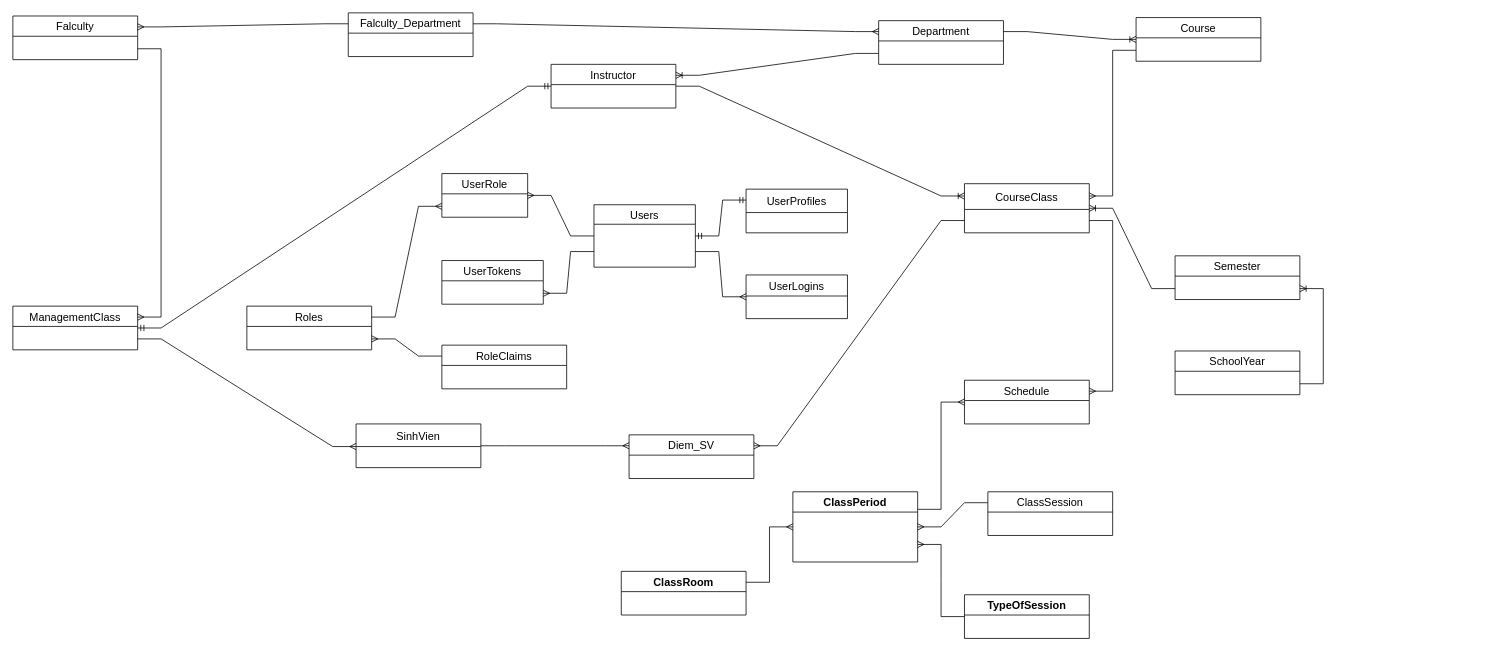
Earlier version of the draw.io diagram Assets/diagram.drawio (duyhelloworld/qlsinhvien-netcore). Source tidied: cells renumbered, new cells numbered last; positions are measured from the earlier drawing's top-left corner, leaving out a move shared by most shapes. Both pictures are drawn from the tidied source at 78%, with x=0, y=0 at pixel (12, 12).
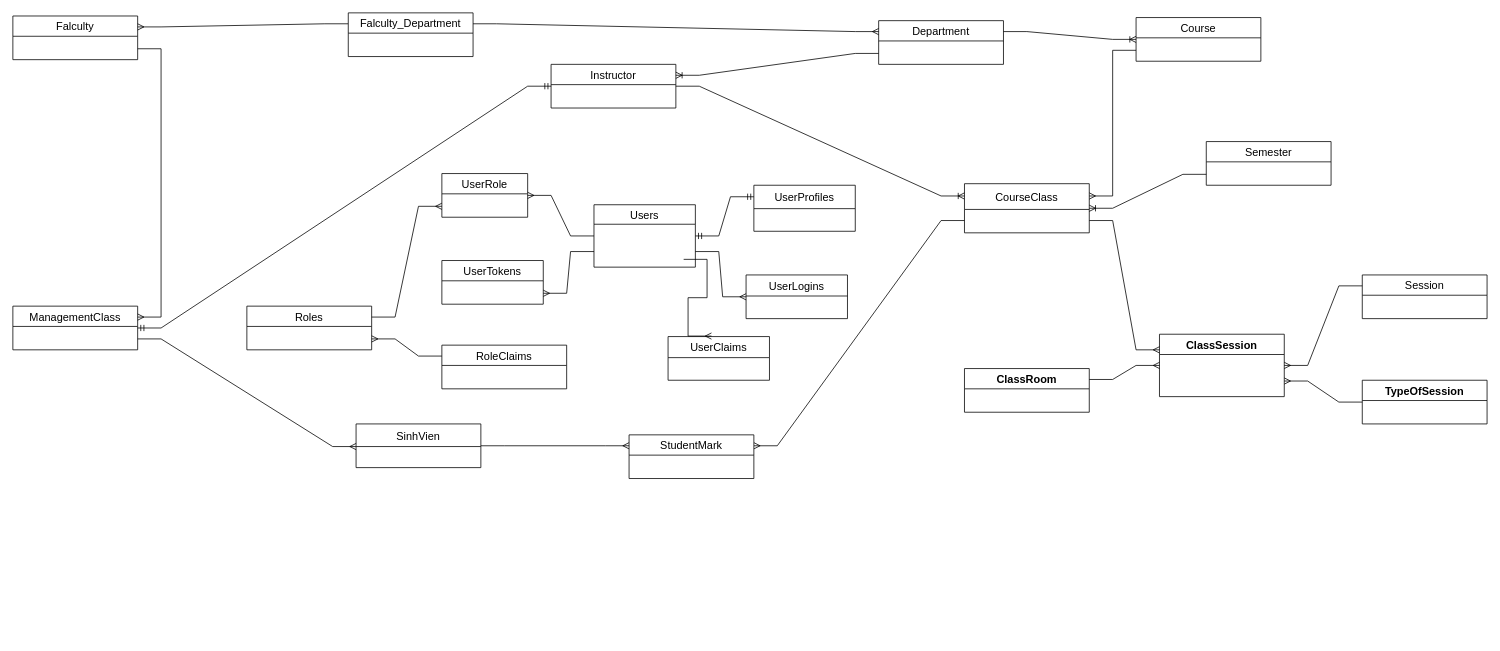
The same page after the edit.

Commit message:
Fix: chốt phát 1

The change refers to these unchanged cells:
```xml
<mxCell id="12" value="CourseClass" style="swimlane;fontStyle=0;horizontal=1;startSize=33;align=center;fontSize=14;" parent="1" vertex="1">
  <mxGeometry x="1220" y="219" width="160" height="63" as="geometry" />
</mxCell>
```

Diff of the diagram source:
```diff
@@
-    <mxCell id="10" value="Diem_SV" style="swimlane;fontStyle=0;horizontal=1;startSize=26;align=center;fontSize=14;" parent="1" vertex="1">
+    <mxCell id="10" value="StudentMark" style="swimlane;fontStyle=0;horizontal=1;startSize=26;align=center;fontSize=14;" parent="1" vertex="1">
       <mxGeometry x="790" y="541" width="160" height="56" as="geometry" />
     </mxCell>
@@
     <mxCell id="22" value="Semester" style="swimlane;fontStyle=0;horizontal=1;startSize=26;align=center;fontSize=14;" parent="1" vertex="1">
-      <mxGeometry x="1490" y="311.5" width="160" height="56" as="geometry" />
+      <mxGeometry x="1530" y="165" width="160" height="56" as="geometry" />
     </mxCell>
-    <mxCell id="23" value="ClassSession" style="swimlane;fontStyle=0;horizontal=1;startSize=26;align=center;fontSize=14;" parent="1" vertex="1">
-      <mxGeometry x="1250" y="614" width="160" height="56" as="geometry" />
+    <mxCell id="23" value="Session" style="swimlane;fontStyle=0;horizontal=1;startSize=26;align=center;fontSize=14;" parent="1" vertex="1">
+      <mxGeometry x="1730" y="336" width="160" height="56" as="geometry" />
     </mxCell>
-    <mxCell id="24" value="ClassPeriod" style="swimlane;fontStyle=1;horizontal=1;startSize=26;align=center;fontSize=14;" parent="1" vertex="1">
-      <mxGeometry x="1000" y="614" width="160" height="90" as="geometry" />
+    <mxCell id="24" value="ClassSession" style="swimlane;fontStyle=1;horizontal=1;startSize=26;align=center;fontSize=14;" parent="1" vertex="1">
+      <mxGeometry x="1470" y="412" width="160" height="80" as="geometry" />
     </mxCell>
-    <mxCell id="25" value="Schedule" style="swimlane;fontStyle=0;horizontal=1;startSize=26;align=center;fontSize=14;" parent="1" vertex="1">
-      <mxGeometry x="1220" y="471" width="160" height="56" as="geometry" />
-    </mxCell>
     <mxCell id="26" value="TypeOfSession" style="swimlane;fontStyle=1;horizontal=1;startSize=26;align=center;fontSize=14;" parent="1" vertex="1">
-      <mxGeometry x="1220" y="746" width="160" height="56" as="geometry" />
+      <mxGeometry x="1730" y="471" width="160" height="56" as="geometry" />
     </mxCell>
     <mxCell id="27" value="ClassRoom" style="swimlane;fontStyle=1;horizontal=1;startSize=26;align=center;fontSize=14;" parent="1" vertex="1">
-      <mxGeometry x="780" y="716" width="160" height="56" as="geometry" />
+      <mxGeometry x="1220" y="456" width="160" height="56" as="geometry" />
     </mxCell>
@@
-    <mxCell id="30" style="edgeStyle=entityRelationEdgeStyle;fontSize=12;html=1;endArrow=none;startArrow=ERmany;rounded=0;entryX=1;entryY=0.75;entryDx=0;entryDy=0;exitX=1;exitY=0.25;exitDx=0;exitDy=0;" parent="1" edge="1" source="25" target="12">
+    <mxCell id="30" style="edgeStyle=entityRelationEdgeStyle;fontSize=12;html=1;endArrow=none;startArrow=ERmany;rounded=0;entryX=1;entryY=0.75;entryDx=0;entryDy=0;exitX=0;exitY=0.25;exitDx=0;exitDy=0;" parent="1" edge="1" source="24" target="12">
       <mxGeometry relative="1" as="geometry" />
     </mxCell>
-    <mxCell id="31" value="SchoolYear" style="swimlane;fontStyle=0;horizontal=1;startSize=26;align=center;fontSize=14;" parent="1" vertex="1">
-      <mxGeometry x="1490" y="433.5" width="160" height="56" as="geometry" />
-    </mxCell>
@@
-    <mxCell id="33" style="edgeStyle=entityRelationEdgeStyle;fontSize=12;html=1;endArrow=ERoneToMany;rounded=0;entryX=1;entryY=0.75;entryDx=0;entryDy=0;exitX=1;exitY=0.75;exitDx=0;exitDy=0;" parent="1" edge="1" source="31" target="22">
-      <mxGeometry relative="1" as="geometry" />
-    </mxCell>
@@
     <mxCell id="35" value="UserProfiles" style="swimlane;fontStyle=0;horizontal=1;startSize=30;align=center;fontSize=14;" parent="1" vertex="1">
-      <mxGeometry x="940" y="226" width="130" height="56" as="geometry" />
+      <mxGeometry x="950" y="221" width="130" height="59" as="geometry" />
     </mxCell>
@@
-    <mxCell id="43" style="edgeStyle=entityRelationEdgeStyle;fontSize=12;html=1;endArrow=none;startArrow=ERmany;rounded=0;entryX=1;entryY=0.25;entryDx=0;entryDy=0;exitX=0;exitY=0.5;exitDx=0;exitDy=0;" parent="1" edge="1" source="25" target="24">
-      <mxGeometry relative="1" as="geometry" />
-    </mxCell>
@@
+    <mxCell id="49" value="UserClaims" style="swimlane;fontStyle=0;horizontal=1;startSize=27;align=center;fontSize=14;" parent="1" vertex="1">
+      <mxGeometry x="840" y="415" width="130" height="56" as="geometry" />
+    </mxCell>
+    <mxCell id="50" style="edgeStyle=entityRelationEdgeStyle;fontSize=12;html=1;endArrow=ERmany;rounded=0;entryX=0.428;entryY=-0.012;entryDx=0;entryDy=0;entryPerimeter=0;" parent="1" edge="1" target="49">
+      <mxGeometry relative="1" as="geometry">
+        <mxPoint x="860" y="316" as="sourcePoint" />
+      </mxGeometry>
+    </mxCell>
```
